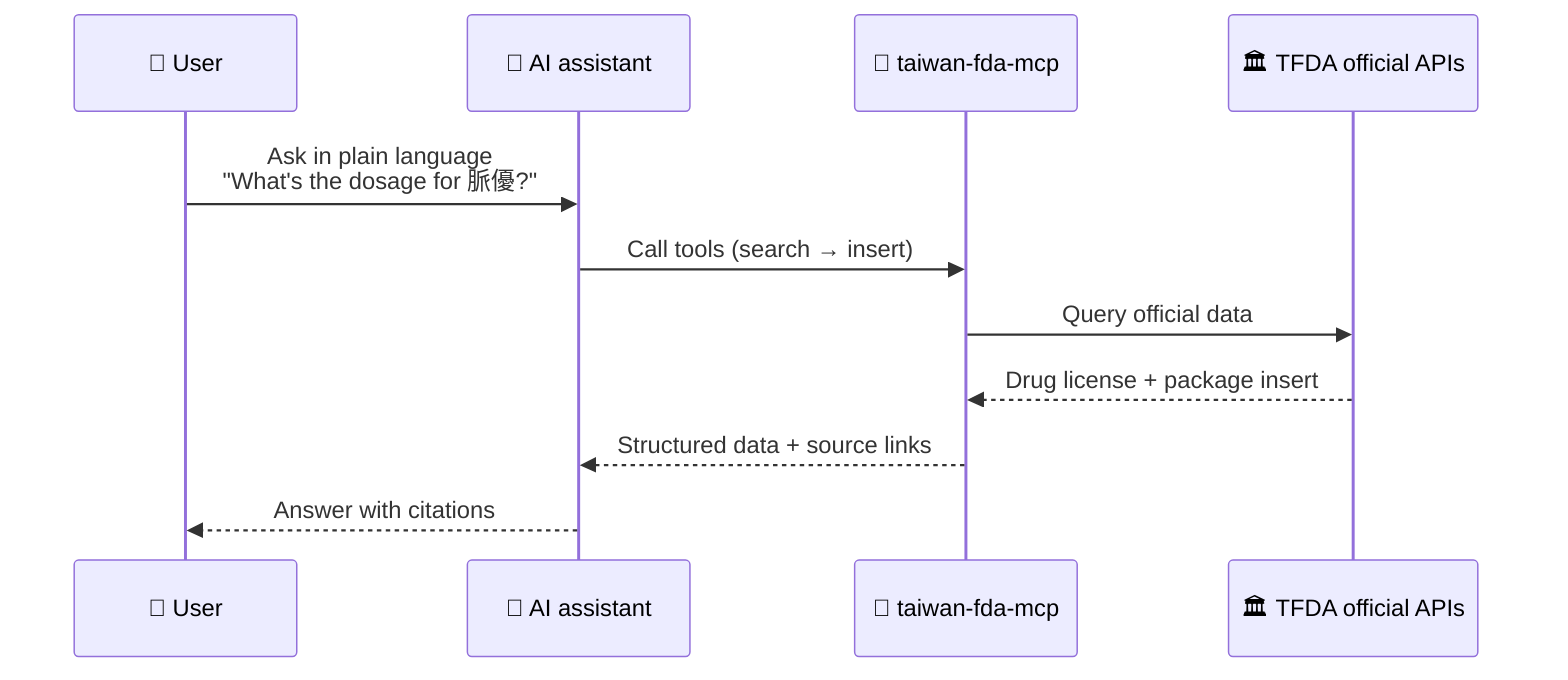
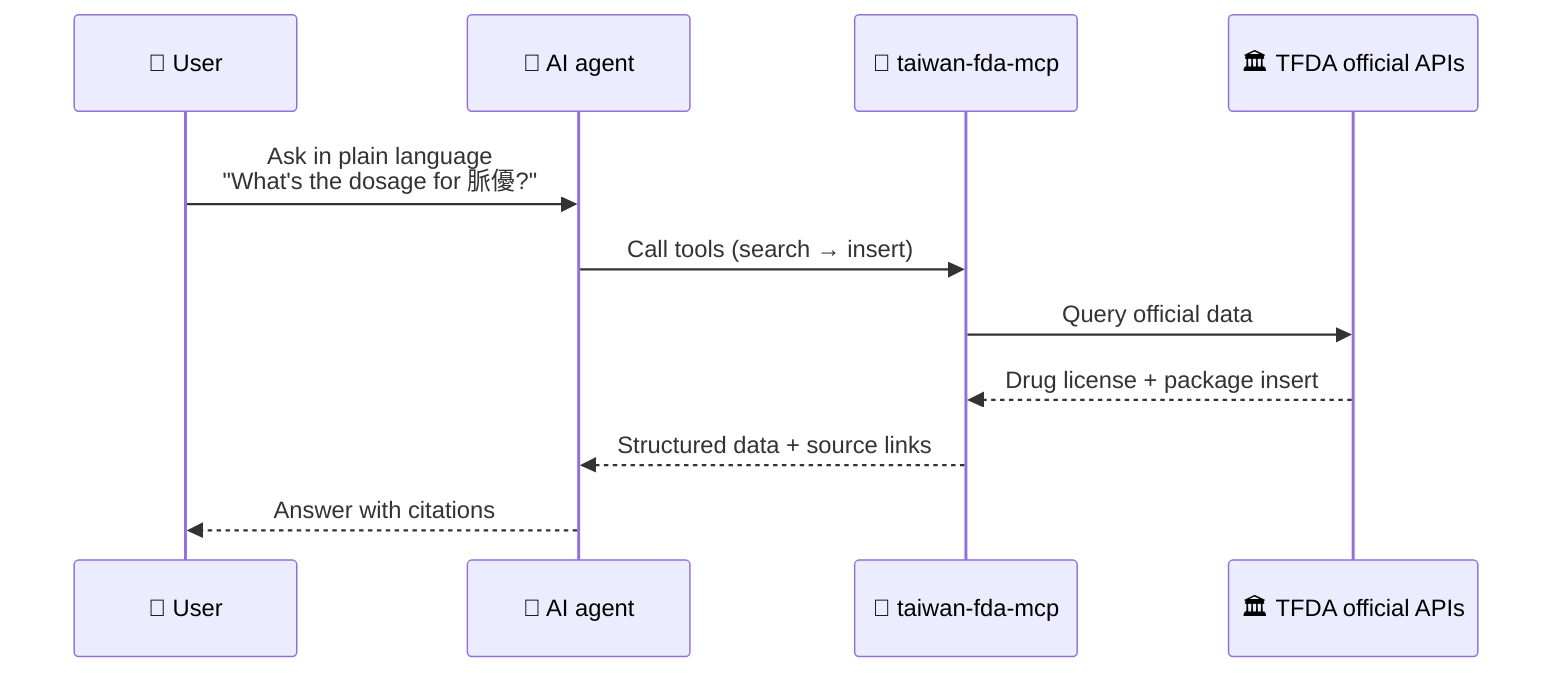
sequenceDiagram
    participant U as 👤 User
-     participant C as 🤖 AI assistant
+     participant C as 🤖 AI agent
    participant M as 🔌 taiwan-fda-mcp
    participant F as 🏛️ TFDA official APIs

    U->>C: Ask in plain language<br/>"What's the dosage for 脈優?"
    C->>M: Call tools (search → insert)
    M->>F: Query official data
    F-->>M: Drug license + package insert
    M-->>C: Structured data + source links
    C-->>U: Answer with citations
